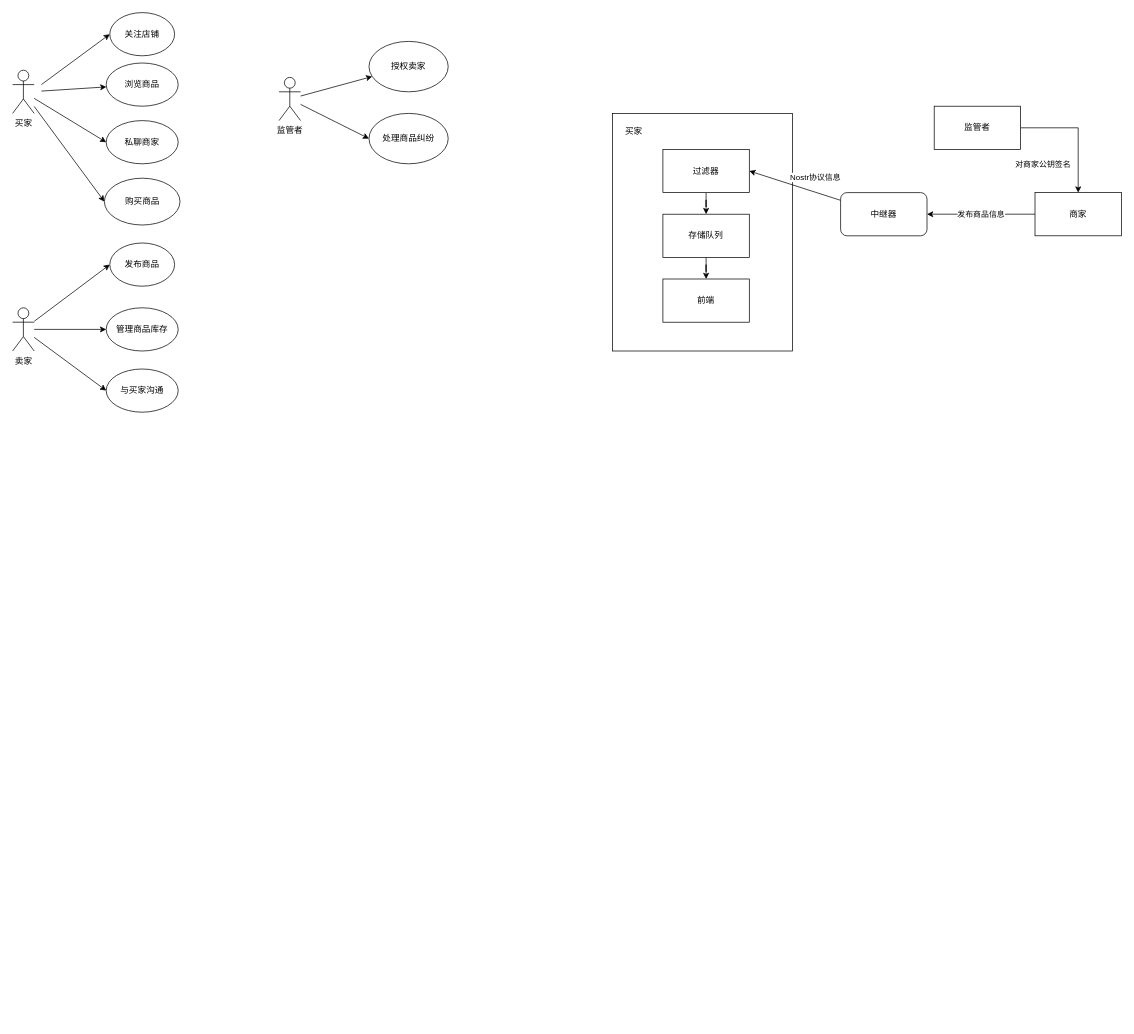
This is 黑客松.drawio from Adamlixi/adamblog.github.io, a draw.io file, before an edit. Source tidied: cells renumbered, new cells numbered last; positions are measured from the earlier drawing's top-left corner, leaving out a move shared by most shapes. Both pictures are drawn from the tidied source at 72%, with x=0, y=0 at pixel (12, 12).
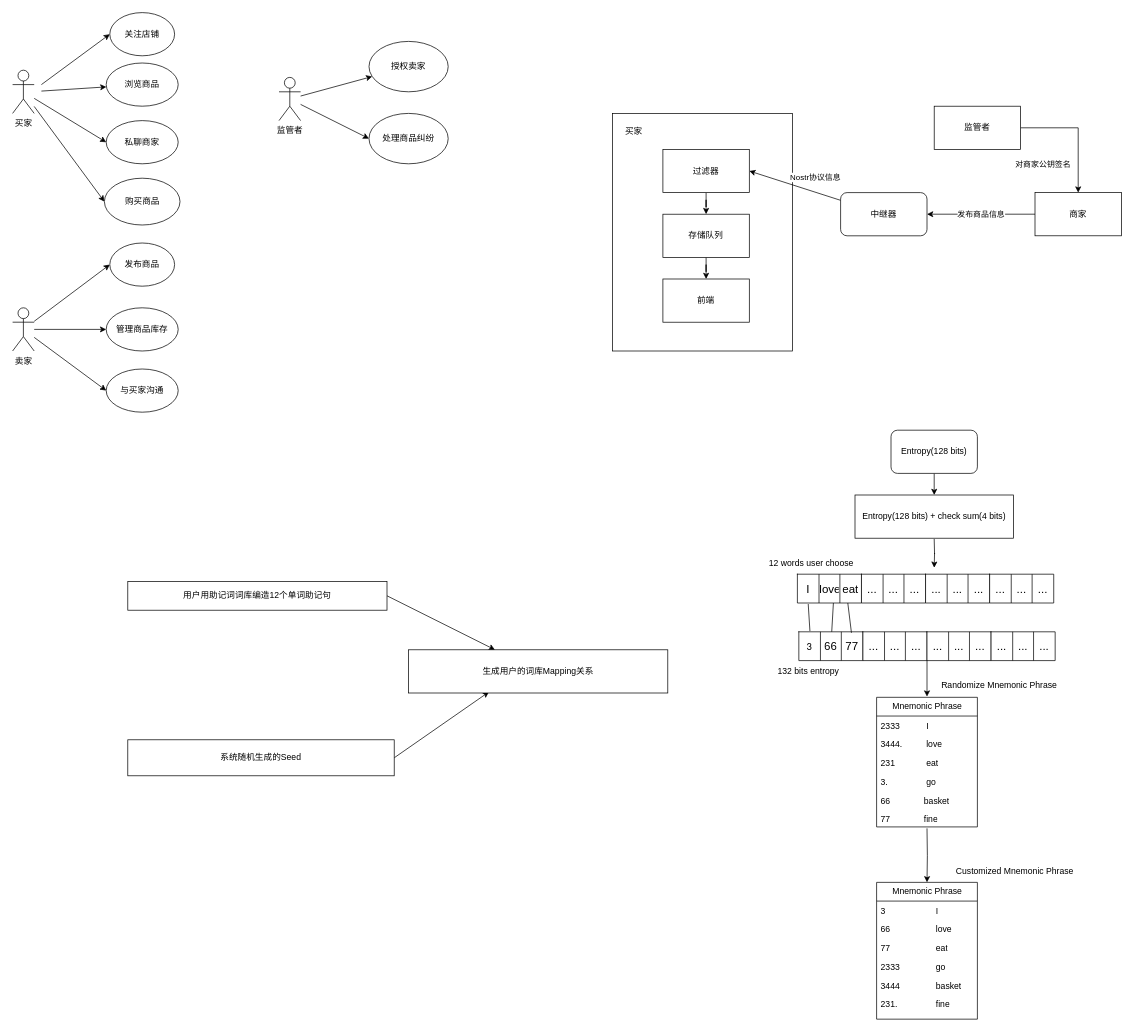
The same diagram, later.

Commit message:
更新黑客松.drawio

What changed in the source:
```diff
@@
+    <mxCell id="37" style="rounded=0;jettySize=auto;html=1;exitX=1;exitY=0.5;exitDx=0;exitDy=0;" parent="1" edge="1" source="38" target="41">
+      <mxGeometry relative="1" as="geometry" />
+    </mxCell>
+    <mxCell id="38" value="用户用助记词词库编造12个单词助记句" style="rounded=0;whiteSpace=wrap;html=1;" parent="1" vertex="1">
+      <mxGeometry x="160" y="790" width="360" height="40" as="geometry" />
+    </mxCell>
+    <mxCell id="39" style="rounded=0;jettySize=auto;html=1;entryX=0.31;entryY=0.975;entryDx=0;entryDy=0;entryPerimeter=0;exitX=1;exitY=0.5;exitDx=0;exitDy=0;" parent="1" edge="1" source="40" target="41">
+      <mxGeometry relative="1" as="geometry" />
+    </mxCell>
+    <mxCell id="40" value="系统随机生成的Seed" style="rounded=0;whiteSpace=wrap;html=1;" parent="1" vertex="1">
+      <mxGeometry x="160" y="1010" width="370" height="50" as="geometry" />
+    </mxCell>
+    <mxCell id="41" value="生成用户的词库Mapping关系" style="rounded=0;whiteSpace=wrap;html=1;" parent="1" vertex="1">
+      <mxGeometry x="550" y="885" width="360" height="60" as="geometry" />
+    </mxCell>
+    <mxCell id="42" style="edgeStyle=orthogonalEdgeStyle;rounded=0;jettySize=auto;html=1;exitX=0.5;exitY=1;exitDx=0;exitDy=0;entryX=0.5;entryY=0;entryDx=0;entryDy=0;" parent="1" edge="1" source="43" target="45">
+      <mxGeometry relative="1" as="geometry" />
+    </mxCell>
+    <mxCell id="43" value="Entropy(128 bits)" style="rounded=1;whiteSpace=wrap;html=1;" parent="1" vertex="1">
+      <mxGeometry x="1220" y="580" width="120" height="60" as="geometry" />
+    </mxCell>
+    <mxCell id="44" style="edgeStyle=orthogonalEdgeStyle;rounded=0;orthogonalLoop=1;jettySize=auto;html=1;" parent="1" edge="1">
+      <mxGeometry relative="1" as="geometry">
+        <mxPoint x="1280" y="731" as="sourcePoint" />
+        <mxPoint x="1280" y="771" as="targetPoint" />
+      </mxGeometry>
+    </mxCell>
+    <mxCell id="45" value="Entropy(128 bits) + check sum(4 bits)" style="rounded=0;whiteSpace=wrap;html=1;" parent="1" vertex="1">
+      <mxGeometry x="1170" y="670" width="220" height="60" as="geometry" />
+    </mxCell>
+    <mxCell id="46" style="shape=table;startSize=0;childLayout=tableLayout;fontSize=16;" parent="1" vertex="1">
+      <mxGeometry x="1090" y="780" width="89" height="40" as="geometry" />
+    </mxCell>
+    <mxCell id="47" style="shape=tableRow;horizontal=0;startSize=0;swimlaneHead=0;swimlaneBody=0;strokeColor=inherit;top=0;left=0;bottom=0;right=0;fillColor=none;points=[[0,0.5],[1,0.5]];portConstraint=eastwest;fontSize=16;" parent="46" vertex="1">
+      <mxGeometry width="89" height="40" as="geometry" />
+    </mxCell>
+    <mxCell id="48" value="I" style="shape=partialRectangle;html=1;whiteSpace=wrap;strokeColor=inherit;overflow=hidden;fillColor=none;top=0;left=0;bottom=0;right=0;fontSize=16;" parent="47" vertex="1">
+      <mxGeometry width="30" height="40" as="geometry" />
+    </mxCell>
+    <mxCell id="49" value="love" style="shape=partialRectangle;html=1;whiteSpace=wrap;strokeColor=inherit;overflow=hidden;fillColor=none;top=0;left=0;bottom=0;right=0;fontSize=16;" parent="47" vertex="1">
+      <mxGeometry x="30" width="29" height="40" as="geometry" />
+    </mxCell>
+    <mxCell id="50" value="eat" style="shape=partialRectangle;html=1;whiteSpace=wrap;strokeColor=inherit;overflow=hidden;fillColor=none;top=0;left=0;bottom=0;right=0;fontSize=16;" parent="47" vertex="1">
+      <mxGeometry x="59" width="30" height="40" as="geometry" />
+    </mxCell>
+    <mxCell id="51" style="shape=table;startSize=0;childLayout=tableLayout;fontSize=16;" parent="1" vertex="1">
+      <mxGeometry x="1179" y="780" width="89" height="40" as="geometry" />
+    </mxCell>
+    <mxCell id="52" style="shape=tableRow;horizontal=0;startSize=0;swimlaneHead=0;swimlaneBody=0;strokeColor=inherit;top=0;left=0;bottom=0;right=0;fillColor=none;fontSize=16;" parent="51" vertex="1">
+      <mxGeometry width="89" height="40" as="geometry" />
+    </mxCell>
+    <mxCell id="53" value="..." style="shape=partialRectangle;html=1;whiteSpace=wrap;strokeColor=inherit;overflow=hidden;fillColor=none;top=0;left=0;bottom=0;right=0;fontSize=16;" parent="52" vertex="1">
+      <mxGeometry width="30" height="40" as="geometry" />
+    </mxCell>
+    <mxCell id="54" value="..." style="shape=partialRectangle;html=1;whiteSpace=wrap;strokeColor=inherit;overflow=hidden;fillColor=none;top=0;left=0;bottom=0;right=0;fontSize=16;" parent="52" vertex="1">
+      <mxGeometry x="30" width="29" height="40" as="geometry" />
+    </mxCell>
+    <mxCell id="55" value="..." style="shape=partialRectangle;html=1;whiteSpace=wrap;strokeColor=inherit;overflow=hidden;fillColor=none;top=0;left=0;bottom=0;right=0;fontSize=16;" parent="52" vertex="1">
+      <mxGeometry x="59" width="30" height="40" as="geometry" />
+    </mxCell>
+    <mxCell id="56" style="shape=table;startSize=0;childLayout=tableLayout;fontSize=16;" parent="1" vertex="1">
+      <mxGeometry x="1268" y="780" width="89" height="40" as="geometry" />
+    </mxCell>
+    <mxCell id="57" style="shape=tableRow;horizontal=0;startSize=0;swimlaneHead=0;swimlaneBody=0;strokeColor=inherit;top=0;left=0;bottom=0;right=0;fillColor=none;fontSize=16;" parent="56" vertex="1">
+      <mxGeometry width="89" height="40" as="geometry" />
+    </mxCell>
+    <mxCell id="58" value="..." style="shape=partialRectangle;html=1;whiteSpace=wrap;strokeColor=inherit;overflow=hidden;fillColor=none;top=0;left=0;bottom=0;right=0;fontSize=16;" parent="57" vertex="1">
+      <mxGeometry width="30" height="40" as="geometry" />
+    </mxCell>
+    <mxCell id="59" value="..." style="shape=partialRectangle;html=1;whiteSpace=wrap;strokeColor=inherit;overflow=hidden;fillColor=none;top=0;left=0;bottom=0;right=0;fontSize=16;" parent="57" vertex="1">
+      <mxGeometry x="30" width="29" height="40" as="geometry" />
+    </mxCell>
+    <mxCell id="60" value="..." style="shape=partialRectangle;html=1;whiteSpace=wrap;strokeColor=inherit;overflow=hidden;fillColor=none;top=0;left=0;bottom=0;right=0;fontSize=16;" parent="57" vertex="1">
+      <mxGeometry x="59" width="30" height="40" as="geometry" />
+    </mxCell>
+    <mxCell id="61" style="shape=table;startSize=0;childLayout=tableLayout;fontSize=16;" parent="1" vertex="1">
+      <mxGeometry x="1357" y="780" width="89" height="40" as="geometry" />
+    </mxCell>
+    <mxCell id="62" style="shape=tableRow;horizontal=0;startSize=0;swimlaneHead=0;swimlaneBody=0;strokeColor=inherit;top=0;left=0;bottom=0;right=0;fillColor=none;fontSize=16;" parent="61" vertex="1">
+      <mxGeometry width="89" height="40" as="geometry" />
+    </mxCell>
+    <mxCell id="63" value="..." style="shape=partialRectangle;html=1;whiteSpace=wrap;strokeColor=inherit;overflow=hidden;fillColor=none;top=0;left=0;bottom=0;right=0;fontSize=16;" parent="62" vertex="1">
+      <mxGeometry width="30" height="40" as="geometry" />
+    </mxCell>
+    <mxCell id="64" value="..." style="shape=partialRectangle;html=1;whiteSpace=wrap;strokeColor=inherit;overflow=hidden;fillColor=none;top=0;left=0;bottom=0;right=0;fontSize=16;" parent="62" vertex="1">
+      <mxGeometry x="30" width="29" height="40" as="geometry" />
+    </mxCell>
+    <mxCell id="65" value="..." style="shape=partialRectangle;html=1;whiteSpace=wrap;strokeColor=inherit;overflow=hidden;fillColor=none;top=0;left=0;bottom=0;right=0;fontSize=16;" parent="62" vertex="1">
+      <mxGeometry x="59" width="30" height="40" as="geometry" />
+    </mxCell>
+    <mxCell id="66" value="12 words user choose" style="text;html=1;align=center;verticalAlign=middle;strokeColor=none;fillColor=none;" parent="1" vertex="1">
+      <mxGeometry x="1039" y="750" width="140" height="30" as="geometry" />
+    </mxCell>
+    <mxCell id="67" style="shape=table;startSize=0;childLayout=tableLayout;fontSize=16;" parent="1" vertex="1">
+      <mxGeometry x="1092" y="860" width="89" height="40" as="geometry" />
+    </mxCell>
+    <mxCell id="68" style="shape=tableRow;horizontal=0;startSize=0;swimlaneHead=0;swimlaneBody=0;strokeColor=inherit;top=0;left=0;bottom=0;right=0;fillColor=none;points=[[0,0.5],[1,0.5]];portConstraint=eastwest;fontSize=16;" parent="67" vertex="1">
+      <mxGeometry width="89" height="40" as="geometry" />
+    </mxCell>
+    <mxCell id="69" value="&lt;p style=&quot;margin: 0px; font-variant-numeric: normal; font-variant-east-asian: normal; font-stretch: normal; font-size: 13px; line-height: normal; font-family: &amp;quot;Helvetica Neue&amp;quot;; text-align: start;&quot; class=&quot;p1&quot;&gt;3&lt;/p&gt;" style="shape=partialRectangle;html=1;whiteSpace=wrap;strokeColor=inherit;overflow=hidden;fillColor=none;top=0;left=0;bottom=0;right=0;fontSize=16;" parent="68" vertex="1">
+      <mxGeometry width="30" height="40" as="geometry" />
+    </mxCell>
+    <mxCell id="70" value="66" style="shape=partialRectangle;html=1;whiteSpace=wrap;strokeColor=inherit;overflow=hidden;fillColor=none;top=0;left=0;bottom=0;right=0;fontSize=16;" parent="68" vertex="1">
+      <mxGeometry x="30" width="29" height="40" as="geometry" />
+    </mxCell>
+    <mxCell id="71" value="77" style="shape=partialRectangle;html=1;whiteSpace=wrap;strokeColor=inherit;overflow=hidden;fillColor=none;top=0;left=0;bottom=0;right=0;fontSize=16;" parent="68" vertex="1">
+      <mxGeometry x="59" width="30" height="40" as="geometry" />
+    </mxCell>
+    <mxCell id="72" style="shape=table;startSize=0;childLayout=tableLayout;fontSize=16;" parent="1" vertex="1">
+      <mxGeometry x="1181" y="860" width="89" height="40" as="geometry" />
+    </mxCell>
+    <mxCell id="73" style="shape=tableRow;horizontal=0;startSize=0;swimlaneHead=0;swimlaneBody=0;strokeColor=inherit;top=0;left=0;bottom=0;right=0;fillColor=none;fontSize=16;" parent="72" vertex="1">
+      <mxGeometry width="89" height="40" as="geometry" />
+    </mxCell>
+    <mxCell id="74" value="..." style="shape=partialRectangle;html=1;whiteSpace=wrap;strokeColor=inherit;overflow=hidden;fillColor=none;top=0;left=0;bottom=0;right=0;fontSize=16;" parent="73" vertex="1">
+      <mxGeometry width="30" height="40" as="geometry" />
+    </mxCell>
+    <mxCell id="75" value="..." style="shape=partialRectangle;html=1;whiteSpace=wrap;strokeColor=inherit;overflow=hidden;fillColor=none;top=0;left=0;bottom=0;right=0;fontSize=16;" parent="73" vertex="1">
+      <mxGeometry x="30" width="29" height="40" as="geometry" />
+    </mxCell>
+    <mxCell id="76" value="..." style="shape=partialRectangle;html=1;whiteSpace=wrap;strokeColor=inherit;overflow=hidden;fillColor=none;top=0;left=0;bottom=0;right=0;fontSize=16;" parent="73" vertex="1">
+      <mxGeometry x="59" width="30" height="40" as="geometry" />
+    </mxCell>
+    <mxCell id="77" style="shape=table;startSize=0;childLayout=tableLayout;fontSize=16;" parent="1" vertex="1">
+      <mxGeometry x="1270" y="860" width="89" height="40" as="geometry" />
+    </mxCell>
+    <mxCell id="78" style="shape=tableRow;horizontal=0;startSize=0;swimlaneHead=0;swimlaneBody=0;strokeColor=inherit;top=0;left=0;bottom=0;right=0;fillColor=none;fontSize=16;" parent="77" vertex="1">
+      <mxGeometry width="89" height="40" as="geometry" />
+    </mxCell>
+    <mxCell id="79" value="..." style="shape=partialRectangle;html=1;whiteSpace=wrap;strokeColor=inherit;overflow=hidden;fillColor=none;top=0;left=0;bottom=0;right=0;fontSize=16;" parent="78" vertex="1">
+      <mxGeometry width="30" height="40" as="geometry" />
+    </mxCell>
+    <mxCell id="80" value="..." style="shape=partialRectangle;html=1;whiteSpace=wrap;strokeColor=inherit;overflow=hidden;fillColor=none;top=0;left=0;bottom=0;right=0;fontSize=16;" parent="78" vertex="1">
+      <mxGeometry x="30" width="29" height="40" as="geometry" />
+    </mxCell>
+    <mxCell id="81" value="..." style="shape=partialRectangle;html=1;whiteSpace=wrap;strokeColor=inherit;overflow=hidden;fillColor=none;top=0;left=0;bottom=0;right=0;fontSize=16;" parent="78" vertex="1">
+      <mxGeometry x="59" width="30" height="40" as="geometry" />
+    </mxCell>
+    <mxCell id="82" style="shape=table;startSize=0;childLayout=tableLayout;fontSize=16;" parent="1" vertex="1">
+      <mxGeometry x="1359" y="860" width="89" height="40" as="geometry" />
+    </mxCell>
+    <mxCell id="83" style="shape=tableRow;horizontal=0;startSize=0;swimlaneHead=0;swimlaneBody=0;strokeColor=inherit;top=0;left=0;bottom=0;right=0;fillColor=none;fontSize=16;" parent="82" vertex="1">
+      <mxGeometry width="89" height="40" as="geometry" />
+    </mxCell>
+    <mxCell id="84" value="..." style="shape=partialRectangle;html=1;whiteSpace=wrap;strokeColor=inherit;overflow=hidden;fillColor=none;top=0;left=0;bottom=0;right=0;fontSize=16;" parent="83" vertex="1">
+      <mxGeometry width="30" height="40" as="geometry" />
+    </mxCell>
+    <mxCell id="85" value="..." style="shape=partialRectangle;html=1;whiteSpace=wrap;strokeColor=inherit;overflow=hidden;fillColor=none;top=0;left=0;bottom=0;right=0;fontSize=16;" parent="83" vertex="1">
+      <mxGeometry x="30" width="29" height="40" as="geometry" />
+    </mxCell>
+    <mxCell id="86" value="..." style="shape=partialRectangle;html=1;whiteSpace=wrap;strokeColor=inherit;overflow=hidden;fillColor=none;top=0;left=0;bottom=0;right=0;fontSize=16;" parent="83" vertex="1">
+      <mxGeometry x="59" width="30" height="40" as="geometry" />
+    </mxCell>
+    <mxCell id="87" value="132 bits entropy" style="text;html=1;align=center;verticalAlign=middle;strokeColor=none;fillColor=none;" parent="1" vertex="1">
+      <mxGeometry x="1050" y="900" width="110" height="30" as="geometry" />
+    </mxCell>
+    <mxCell id="88" style="endArrow=none;html=1;rounded=0;entryX=0.169;entryY=1.035;entryDx=0;entryDy=0;entryPerimeter=0;exitX=0.173;exitY=-0.024;exitDx=0;exitDy=0;exitPerimeter=0;" parent="1" edge="1" source="68" target="47">
+      <mxGeometry relative="1" as="geometry" />
+    </mxCell>
+    <mxCell id="89" style="endArrow=none;html=1;rounded=0;" parent="1" edge="1" source="68">
+      <mxGeometry relative="1" as="geometry">
+        <mxPoint x="1140" y="820" as="targetPoint" />
+      </mxGeometry>
+    </mxCell>
+    <mxCell id="90" style="endArrow=none;html=1;rounded=0;exitX=0.821;exitY=0.035;exitDx=0;exitDy=0;exitPerimeter=0;" parent="1" edge="1" source="68">
+      <mxGeometry relative="1" as="geometry">
+        <mxPoint x="1160" y="820" as="targetPoint" />
+      </mxGeometry>
+    </mxCell>
+    <mxCell id="91" style="endArrow=classic;html=1;rounded=0;" parent="1" edge="1">
+      <mxGeometry relative="1" as="geometry">
+        <mxPoint x="1270" y="900" as="sourcePoint" />
+        <mxPoint x="1270" y="950" as="targetPoint" />
+      </mxGeometry>
+    </mxCell>
+    <mxCell id="92" style="edgeStyle=orthogonalEdgeStyle;rounded=0;jettySize=auto;html=1;" parent="1" edge="1" target="98">
+      <mxGeometry relative="1" as="geometry">
+        <mxPoint x="1270" y="1133" as="sourcePoint" />
+      </mxGeometry>
+    </mxCell>
+    <mxCell id="93" value="Mnemonic Phrase" style="swimlane;fontStyle=0;horizontal=1;startSize=26;fillColor=none;html=1;" parent="1" vertex="1">
+      <mxGeometry x="1200" y="951" width="140" height="180" as="geometry" />
+    </mxCell>
+    <mxCell id="94" value="2333&amp;nbsp; &amp;nbsp; &amp;nbsp; &amp;nbsp; &amp;nbsp; &amp;nbsp;I" style="text;strokeColor=none;fillColor=none;align=left;verticalAlign=top;spacingLeft=4;spacingRight=4;overflow=hidden;whiteSpace=wrap;html=1;" parent="93" vertex="1">
+      <mxGeometry y="26" width="140" height="26" as="geometry" />
+    </mxCell>
+    <mxCell id="95" value="3444.&amp;nbsp; &amp;nbsp; &amp;nbsp; &amp;nbsp; &amp;nbsp; love" style="text;strokeColor=none;fillColor=none;align=left;verticalAlign=top;spacingLeft=4;spacingRight=4;overflow=hidden;whiteSpace=wrap;html=1;" parent="93" vertex="1">
+      <mxGeometry y="52" width="140" height="26" as="geometry" />
+    </mxCell>
+    <mxCell id="96" value="231&amp;nbsp; &amp;nbsp; &amp;nbsp; &amp;nbsp; &amp;nbsp; &amp;nbsp; &amp;nbsp;eat" style="text;strokeColor=none;fillColor=none;align=left;verticalAlign=top;spacingLeft=4;spacingRight=4;overflow=hidden;whiteSpace=wrap;html=1;" parent="93" vertex="1">
+      <mxGeometry y="78" width="140" height="102" as="geometry" />
+    </mxCell>
+    <mxCell id="97" value="Randomize&amp;nbsp;Mnemonic Phrase" style="text;html=1;align=center;verticalAlign=middle;strokeColor=none;fillColor=none;" parent="1" vertex="1">
+      <mxGeometry x="1280" y="920" width="180" height="30" as="geometry" />
+    </mxCell>
+    <mxCell id="98" value="Mnemonic Phrase" style="swimlane;fontStyle=0;horizontal=1;startSize=26;fillColor=none;html=1;" parent="1" vertex="1">
+      <mxGeometry x="1200" y="1208" width="140" height="190" as="geometry" />
+    </mxCell>
+    <mxCell id="99" value="3&amp;nbsp; &amp;nbsp; &amp;nbsp; &amp;nbsp; &amp;nbsp; &amp;nbsp; &amp;nbsp; &amp;nbsp; &amp;nbsp; &amp;nbsp; &amp;nbsp;I" style="text;strokeColor=none;fillColor=none;align=left;verticalAlign=top;spacingLeft=4;spacingRight=4;overflow=hidden;whiteSpace=wrap;html=1;" parent="98" vertex="1">
+      <mxGeometry y="26" width="140" height="26" as="geometry" />
+    </mxCell>
+    <mxCell id="100" value="66&amp;nbsp; &amp;nbsp; &amp;nbsp; &amp;nbsp; &amp;nbsp; &amp;nbsp; &amp;nbsp; &amp;nbsp; &amp;nbsp; &amp;nbsp;love" style="text;strokeColor=none;fillColor=none;align=left;verticalAlign=top;spacingLeft=4;spacingRight=4;overflow=hidden;whiteSpace=wrap;html=1;" parent="98" vertex="1">
+      <mxGeometry y="52" width="140" height="26" as="geometry" />
+    </mxCell>
+    <mxCell id="101" value="77&amp;nbsp; &amp;nbsp; &amp;nbsp; &amp;nbsp; &amp;nbsp; &amp;nbsp; &amp;nbsp; &amp;nbsp; &amp;nbsp; &amp;nbsp;eat" style="text;strokeColor=none;fillColor=none;align=left;verticalAlign=top;spacingLeft=4;spacingRight=4;overflow=hidden;whiteSpace=wrap;html=1;" parent="98" vertex="1">
+      <mxGeometry y="78" width="140" height="112" as="geometry" />
+    </mxCell>
+    <mxCell id="102" value="&amp;nbsp;Customized Mnemonic Phrase" style="text;html=1;align=center;verticalAlign=middle;strokeColor=none;fillColor=none;" parent="1" vertex="1">
+      <mxGeometry x="1295" y="1178" width="190" height="30" as="geometry" />
+    </mxCell>
+    <mxCell id="103" value="3.&amp;nbsp; &amp;nbsp; &amp;nbsp; &amp;nbsp; &amp;nbsp; &amp;nbsp; &amp;nbsp; &amp;nbsp; go" style="text;strokeColor=none;fillColor=none;align=left;verticalAlign=top;spacingLeft=4;spacingRight=4;overflow=hidden;whiteSpace=wrap;html=1;" parent="1" vertex="1">
+      <mxGeometry x="1200" y="1055" width="140" height="26" as="geometry" />
+    </mxCell>
+    <mxCell id="104" value="66&amp;nbsp; &amp;nbsp; &amp;nbsp; &amp;nbsp; &amp;nbsp; &amp;nbsp; &amp;nbsp; basket" style="text;strokeColor=none;fillColor=none;align=left;verticalAlign=top;spacingLeft=4;spacingRight=4;overflow=hidden;whiteSpace=wrap;html=1;" parent="1" vertex="1">
+      <mxGeometry x="1200" y="1081" width="140" height="26" as="geometry" />
+    </mxCell>
+    <mxCell id="105" value="77&amp;nbsp; &amp;nbsp; &amp;nbsp; &amp;nbsp; &amp;nbsp; &amp;nbsp; &amp;nbsp; fine" style="text;strokeColor=none;fillColor=none;align=left;verticalAlign=top;spacingLeft=4;spacingRight=4;overflow=hidden;whiteSpace=wrap;html=1;" parent="1" vertex="1">
+      <mxGeometry x="1200" y="1107" width="140" height="26" as="geometry" />
+    </mxCell>
+    <mxCell id="106" value="2333&amp;nbsp; &amp;nbsp; &amp;nbsp; &amp;nbsp; &amp;nbsp; &amp;nbsp; &amp;nbsp; &amp;nbsp;go" style="text;strokeColor=none;fillColor=none;align=left;verticalAlign=top;spacingLeft=4;spacingRight=4;overflow=hidden;whiteSpace=wrap;html=1;" parent="1" vertex="1">
+      <mxGeometry x="1200" y="1312" width="140" height="26" as="geometry" />
+    </mxCell>
+    <mxCell id="107" value="3444&amp;nbsp; &amp;nbsp; &amp;nbsp; &amp;nbsp; &amp;nbsp; &amp;nbsp; &amp;nbsp; &amp;nbsp;basket" style="text;strokeColor=none;fillColor=none;align=left;verticalAlign=top;spacingLeft=4;spacingRight=4;overflow=hidden;whiteSpace=wrap;html=1;" parent="1" vertex="1">
+      <mxGeometry x="1200" y="1338" width="140" height="26" as="geometry" />
+    </mxCell>
+    <mxCell id="108" value="231.&amp;nbsp; &amp;nbsp; &amp;nbsp; &amp;nbsp; &amp;nbsp; &amp;nbsp; &amp;nbsp; &amp;nbsp; fine" style="text;strokeColor=none;fillColor=none;align=left;verticalAlign=top;spacingLeft=4;spacingRight=4;overflow=hidden;whiteSpace=wrap;html=1;" parent="1" vertex="1">
+      <mxGeometry x="1200" y="1364" width="140" height="26" as="geometry" />
+    </mxCell>
```
